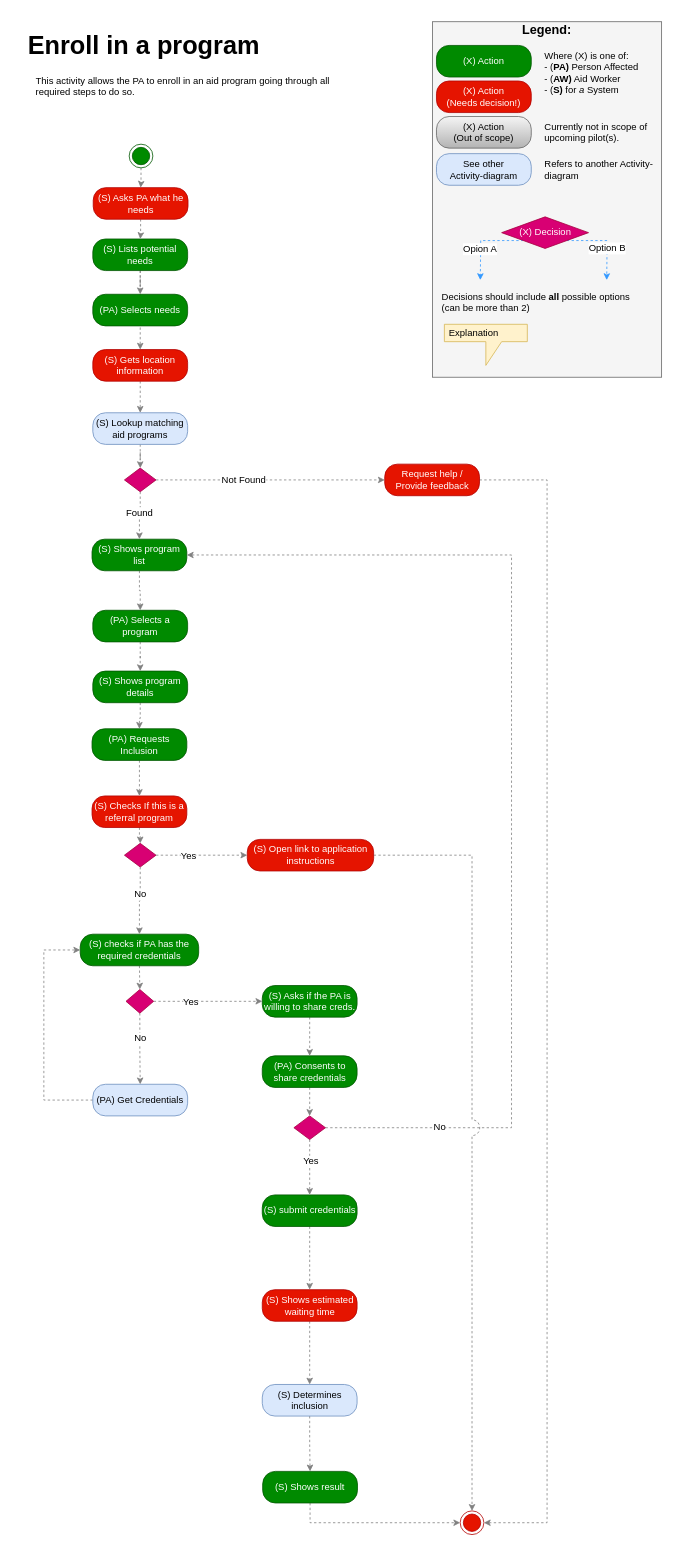
nsward/diagrams keeps this draw.io diagram as Activity Diagrams/Enroll in a program activity.drawio. Above is the earlier version. Source tidied: cells renumbered, new cells numbered last; positions are measured from the earlier drawing's top-left corner, leaving out a move shared by most shapes. Both pictures are drawn from the tidied source at 79%, with x=0, y=0 at pixel (13, 13).
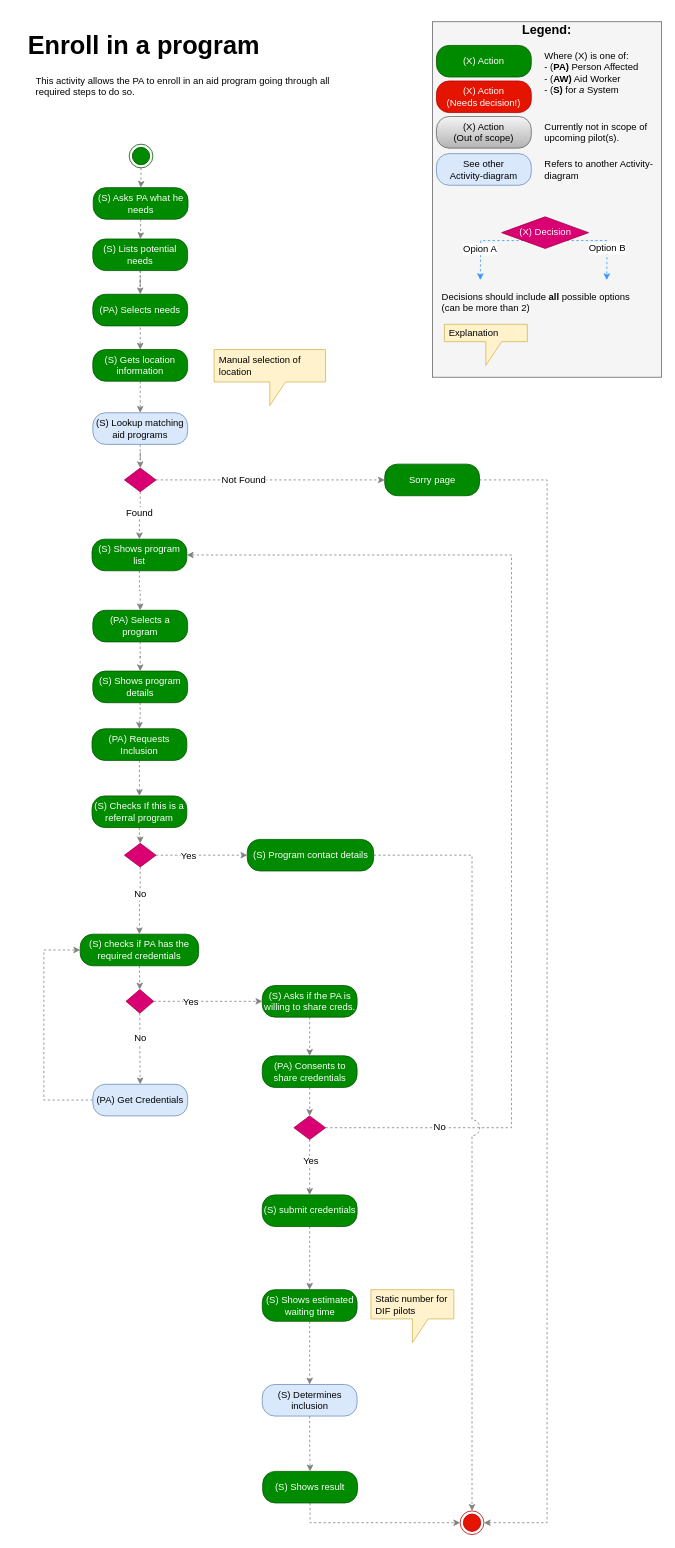
Above is the later version.

Commit message:
Reviewed by dorcas and tykn

What changed in the source:
```diff
@@
-    <mxCell id="8" value="(S) Gets location information" style="rounded=1;whiteSpace=wrap;html=1;arcSize=40;fillColor=#e51400;strokeColor=#B20000;fontColor=#ffffff;" parent="1" vertex="1">
+    <mxCell id="8" value="(S) Gets location information" style="rounded=1;whiteSpace=wrap;html=1;arcSize=40;fillColor=#008a00;strokeColor=#005700;fontColor=#ffffff;" parent="1" vertex="1">
       <mxGeometry x="100" y="425" width="120" height="40" as="geometry" />
     </mxCell>
@@
-    <mxCell id="37" value="(S) Shows estimated waiting time" style="rounded=1;whiteSpace=wrap;html=1;arcSize=40;fillColor=#e51400;strokeColor=#B20000;fontColor=#ffffff;" parent="1" vertex="1">
+    <mxCell id="37" value="(S) Shows estimated waiting time" style="rounded=1;whiteSpace=wrap;html=1;arcSize=40;fillColor=#008a00;strokeColor=#005700;fontColor=#ffffff;" parent="1" vertex="1">
       <mxGeometry x="314.5" y="1615" width="120" height="40" as="geometry" />
     </mxCell>
@@
-    <mxCell id="48" value="Request help / Provide feedback" style="rounded=1;whiteSpace=wrap;html=1;arcSize=40;fillColor=#e51400;strokeColor=#B20000;fontColor=#ffffff;" parent="1" vertex="1">
+    <mxCell id="48" value="Sorry page" style="rounded=1;whiteSpace=wrap;html=1;arcSize=40;fillColor=#008a00;strokeColor=#005700;fontColor=#ffffff;" parent="1" vertex="1">
       <mxGeometry x="469.5" y="570" width="120" height="40" as="geometry" />
     </mxCell>
@@
-    <mxCell id="54" value="(S) Checks If this is a referral program" style="rounded=1;whiteSpace=wrap;html=1;arcSize=40;fillColor=#e51400;strokeColor=#B20000;fontColor=#ffffff;" parent="1" vertex="1">
+    <mxCell id="54" value="(S) Checks If this is a referral program" style="rounded=1;whiteSpace=wrap;html=1;arcSize=40;fillColor=#008a00;strokeColor=#005700;fontColor=#ffffff;" parent="1" vertex="1">
       <mxGeometry x="99" y="990" width="120" height="40" as="geometry" />
     </mxCell>
@@
-    <mxCell id="56" value="(S) Open link to application instructions" style="rounded=1;whiteSpace=wrap;html=1;arcSize=40;fillColor=#e51400;strokeColor=#B20000;fontColor=#ffffff;" parent="1" vertex="1">
+    <mxCell id="56" value="(S) Program contact details" style="rounded=1;whiteSpace=wrap;html=1;arcSize=40;fillColor=#008a00;strokeColor=#005700;fontColor=#ffffff;" parent="1" vertex="1">
       <mxGeometry x="295.5" y="1045" width="160" height="40" as="geometry" />
     </mxCell>
@@
-    <mxCell id="65" value="(S) Asks PA what he needs&lt;br&gt;" style="rounded=1;whiteSpace=wrap;html=1;arcSize=40;fillColor=#e51400;strokeColor=#B20000;fontColor=#ffffff;" parent="1" vertex="1">
+    <mxCell id="65" value="(S) Asks PA what he needs&lt;br&gt;" style="rounded=1;whiteSpace=wrap;html=1;arcSize=40;fillColor=#008a00;strokeColor=#005700;fontColor=#ffffff;" parent="1" vertex="1">
       <mxGeometry x="100.5" y="220" width="120" height="40" as="geometry" />
     </mxCell>
@@
+    <mxCell id="84" value="&lt;p&gt;Manual selection of location&lt;/p&gt;" style="shape=callout;whiteSpace=wrap;html=1;perimeter=calloutPerimeter;fillColor=#fff2cc;fontSize=12;align=left;strokeColor=#d6b656;spacingLeft=4;" parent="1" vertex="1">
+      <mxGeometry x="253.5" y="425" width="141" height="71" as="geometry" />
+    </mxCell>
+    <mxCell id="85" value="&lt;p&gt;Static number for DIF pilots&lt;/p&gt;" style="shape=callout;whiteSpace=wrap;html=1;perimeter=calloutPerimeter;fillColor=#fff2cc;fontSize=12;align=left;strokeColor=#d6b656;spacingLeft=4;" parent="1" vertex="1">
+      <mxGeometry x="452" y="1615" width="105" height="67" as="geometry" />
+    </mxCell>
```
